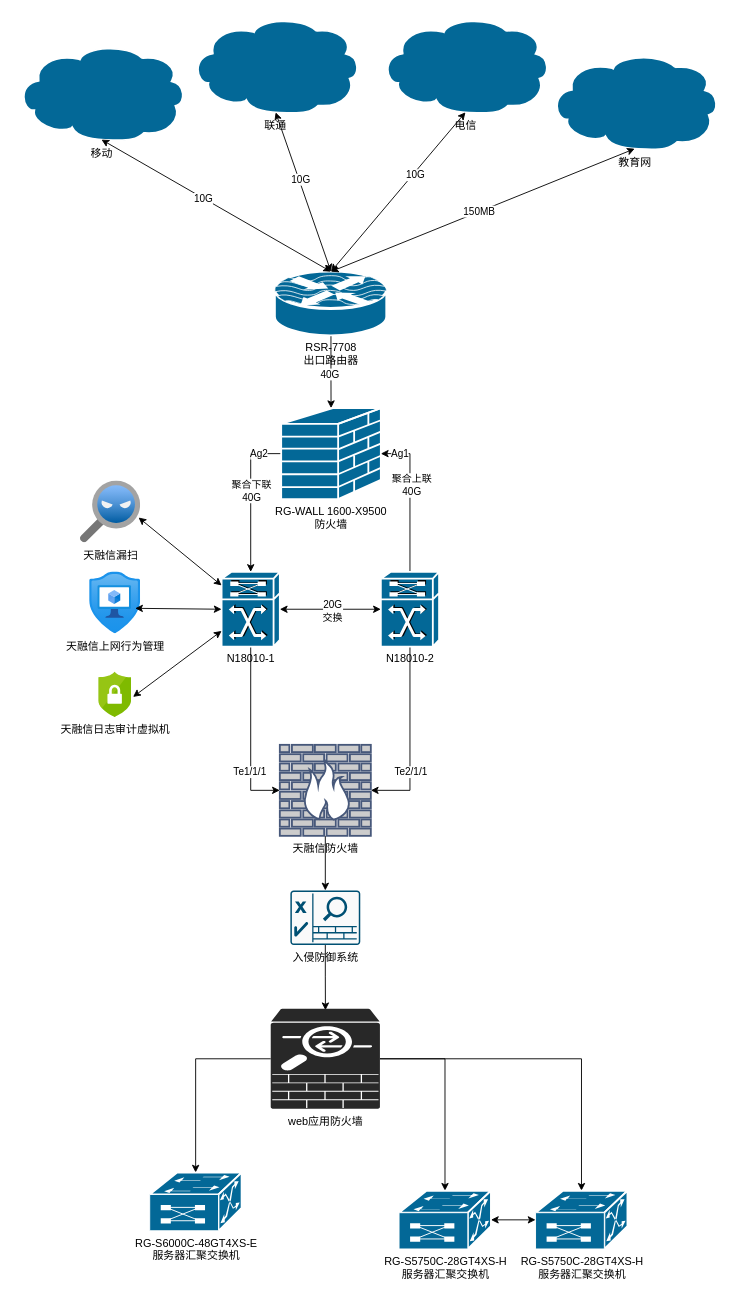
Earlier version of the draw.io diagram jcut拓扑.drawio (tongtong-bob/CheckLinux). Source tidied: cells renumbered, new cells numbered last; positions are measured from the earlier drawing's top-left corner, leaving out a move shared by most shapes. Both pictures are drawn from the tidied source at 91%, with x=0, y=0 at pixel (16, 16).
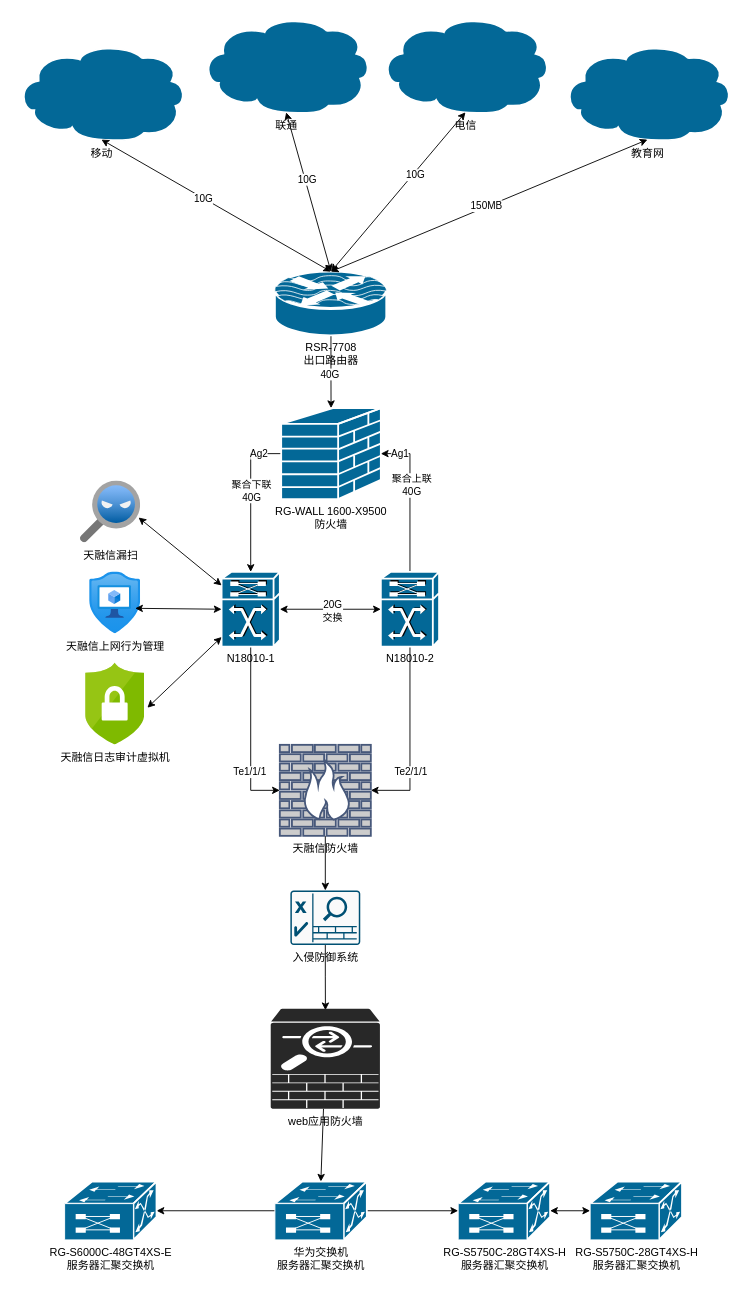
After the change.

The change refers to these unchanged cells:
```xml
<mxCell id="42" value="web应用防火墙" style="verticalLabelPosition=bottom;sketch=0;html=1;fillColor=#282828;strokeColor=none;verticalAlign=top;align=center;shape=mxgraph.cisco_safe.security_icons.icon9;" parent="1" vertex="1">
  <mxGeometry x="279" y="1090" width="120" height="110" as="geometry" />
</mxCell>
```

Diff of the diagram source:
```diff
@@
     <mxCell id="7" value="联通" style="shape=mxgraph.cisco.storage.cloud;sketch=0;html=1;dashed=0;fillColor=#036897;strokeColor=#ffffff;strokeWidth=2;verticalLabelPosition=bottom;verticalAlign=top;align=center;outlineConnect=0;" parent="1" vertex="1">
-      <mxGeometry x="191.4" width="186" height="106" as="geometry" />
+      <mxGeometry x="203" width="186" height="106" as="geometry" />
     </mxCell>
     <mxCell id="8" value="教育网" style="shape=mxgraph.cisco.storage.cloud;sketch=0;html=1;dashed=0;fillColor=#036897;strokeColor=#ffffff;strokeWidth=2;verticalLabelPosition=bottom;verticalAlign=top;align=center;outlineConnect=0;" parent="1" vertex="1">
-      <mxGeometry x="586" y="40" width="186" height="106" as="geometry" />
+      <mxGeometry x="600" y="30" width="186" height="106" as="geometry" />
     </mxCell>
@@
     <mxCell id="36" value="天融信日志审计虚拟机" style="image;sketch=0;html=1;points=[];align=center;fontSize=12;image=img/lib/mscae/Security_Center.svg;" parent="1" vertex="1">
-      <mxGeometry x="90" y="720" width="36" height="50" as="geometry" />
+      <mxGeometry x="75.6" y="710" width="64.8" height="90" as="geometry" />
     </mxCell>
@@
-    <mxCell id="39" style="edgeStyle=orthogonalEdgeStyle;rounded=0;jettySize=auto;html=1;" parent="1" edge="1" source="42" target="44">
+    <mxCell id="39" style="edgeStyle=orthogonalEdgeStyle;rounded=0;jettySize=auto;html=1;exitX=0;exitY=0.5;exitDx=0;exitDy=0;exitPerimeter=0;" parent="1" edge="1" source="52" target="44">
       <mxGeometry relative="1" as="geometry" />
     </mxCell>
-    <mxCell id="40" style="edgeStyle=orthogonalEdgeStyle;rounded=0;jettySize=auto;html=1;" parent="1" edge="1" source="42" target="43">
-      <mxGeometry relative="1" as="geometry" />
-    </mxCell>
-    <mxCell id="41" style="edgeStyle=orthogonalEdgeStyle;rounded=0;jettySize=auto;html=1;entryX=0.5;entryY=0;entryDx=0;entryDy=0;entryPerimeter=0;" parent="1" edge="1" source="42" target="48">
-      <mxGeometry relative="1" as="geometry" />
-    </mxCell>
+    <mxCell id="50" style="edgeStyle=none;rounded=0;jettySize=auto;html=1;entryX=0.5;entryY=0;entryDx=0;entryDy=0;entryPerimeter=0;" parent="1" edge="1" source="42" target="52">
+      <mxGeometry relative="1" as="geometry" />
+    </mxCell>
@@
     <mxCell id="43" value="RG-S5750C-28GT4XS-H&lt;br&gt;服务器汇聚交换机" style="shape=mxgraph.cisco.switches.multiswitch_device;sketch=0;html=1;dashed=0;fillColor=#036897;strokeColor=#ffffff;strokeWidth=2;verticalLabelPosition=bottom;verticalAlign=top;align=center;outlineConnect=0;" parent="1" vertex="1">
-      <mxGeometry x="420" y="1290" width="101" height="64" as="geometry" />
+      <mxGeometry x="485" y="1280" width="101" height="64" as="geometry" />
     </mxCell>
     <mxCell id="44" value="RG-S6000C-48GT4XS-E&lt;br&gt;服务器汇聚交换机" style="shape=mxgraph.cisco.switches.multiswitch_device;sketch=0;html=1;dashed=0;fillColor=#036897;strokeColor=#ffffff;strokeWidth=2;verticalLabelPosition=bottom;verticalAlign=top;align=center;outlineConnect=0;" parent="1" vertex="1">
-      <mxGeometry x="146" y="1270" width="101" height="64" as="geometry" />
+      <mxGeometry x="52.5" y="1280" width="101" height="64" as="geometry" />
     </mxCell>
@@
     <mxCell id="48" value="RG-S5750C-28GT4XS-H&lt;br&gt;服务器汇聚交换机" style="shape=mxgraph.cisco.switches.multiswitch_device;sketch=0;html=1;dashed=0;fillColor=#036897;strokeColor=#ffffff;strokeWidth=2;verticalLabelPosition=bottom;verticalAlign=top;align=center;outlineConnect=0;" parent="1" vertex="1">
-      <mxGeometry x="570" y="1290" width="101" height="64" as="geometry" />
+      <mxGeometry x="630" y="1280" width="101" height="64" as="geometry" />
     </mxCell>
@@
+    <mxCell id="51" style="edgeStyle=none;rounded=0;jettySize=auto;html=1;" parent="1" edge="1" source="52" target="43">
+      <mxGeometry relative="1" as="geometry" />
+    </mxCell>
+    <mxCell id="52" value="华为交换机&lt;br&gt;服务器汇聚交换机" style="shape=mxgraph.cisco.switches.multiswitch_device;sketch=0;html=1;dashed=0;fillColor=#036897;strokeColor=#ffffff;strokeWidth=2;verticalLabelPosition=bottom;verticalAlign=top;align=center;outlineConnect=0;" parent="1" vertex="1">
+      <mxGeometry x="283.6" y="1280" width="101" height="64" as="geometry" />
+    </mxCell>
```
